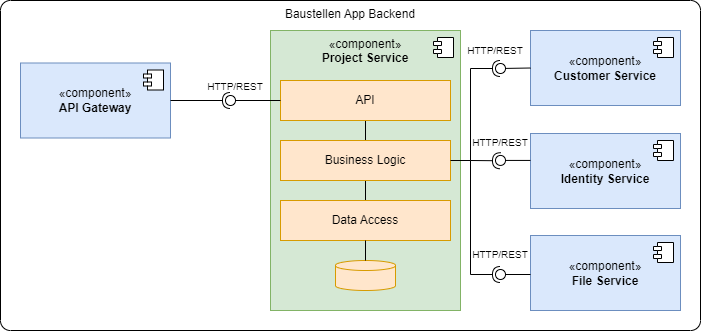
Above: ablage/bausteinsicht-project-service.drawio.png in zuercheram/Master-Thesis (draw.io), before the change. Source tidied: cells renumbered, new cells last; positions are measured from the earlier drawing's top-left corner, leaving out a move shared by most shapes. The source it was exported from:
```xml
<mxGraphModel>
  <root>
    <mxCell id="0" />
    <mxCell id="1" parent="0" />
    <mxCell id="2" value="Baustellen App Backend" style="rounded=1;whiteSpace=wrap;html=1;arcSize=3;fillColor=none;verticalAlign=top;labelPosition=center;verticalLabelPosition=middle;align=center;" parent="1" vertex="1">
      <mxGeometry width="700" height="330" as="geometry" />
    </mxCell>
    <mxCell id="3" value="«component»&lt;br&gt;&lt;b&gt;Project Service&lt;/b&gt;" style="html=1;whiteSpace=wrap;fillColor=#d5e8d4;strokeColor=#82b366;verticalAlign=top;" parent="1" vertex="1">
      <mxGeometry x="270" y="30" width="190" height="280" as="geometry" />
    </mxCell>
    <mxCell id="4" style="shape=module;jettyWidth=8;jettyHeight=4;" parent="3" vertex="1">
      <mxGeometry x="1" width="20" height="20" relative="1" as="geometry">
        <mxPoint x="-27" y="7" as="offset" />
      </mxGeometry>
    </mxCell>
    <mxCell id="5" value="«component»&lt;br&gt;&lt;b&gt;API Gateway&lt;/b&gt;" style="html=1;whiteSpace=wrap;fillColor=#dae8fc;strokeColor=#6c8ebf;" parent="1" vertex="1">
      <mxGeometry x="20" y="62.5" width="150" height="75" as="geometry" />
    </mxCell>
    <mxCell id="6" style="shape=module;jettyWidth=8;jettyHeight=4;" parent="5" vertex="1">
      <mxGeometry x="1" width="20" height="20" relative="1" as="geometry">
        <mxPoint x="-27" y="7" as="offset" />
      </mxGeometry>
    </mxCell>
    <mxCell id="7" style="edgeStyle=orthogonalEdgeStyle;rounded=0;jettySize=auto;html=1;exitX=0.5;exitY=1;exitDx=0;exitDy=0;entryX=0.5;entryY=0;entryDx=0;entryDy=0;endArrow=none;startFill=0;" parent="1" edge="1" source="8" target="10">
      <mxGeometry relative="1" as="geometry" />
    </mxCell>
    <mxCell id="8" value="API" style="rounded=0;whiteSpace=wrap;html=1;fillColor=#ffe6cc;strokeColor=#d79b00;" parent="1" vertex="1">
      <mxGeometry x="280" y="80" width="170" height="40" as="geometry" />
    </mxCell>
    <mxCell id="9" style="edgeStyle=orthogonalEdgeStyle;rounded=0;jettySize=auto;html=1;exitX=0.5;exitY=1;exitDx=0;exitDy=0;entryX=0.5;entryY=0;entryDx=0;entryDy=0;endArrow=none;startFill=0;" parent="1" edge="1" source="10" target="11">
      <mxGeometry relative="1" as="geometry" />
    </mxCell>
    <mxCell id="10" value="Business Logic" style="rounded=0;whiteSpace=wrap;html=1;fillColor=#ffe6cc;strokeColor=#d79b00;" parent="1" vertex="1">
      <mxGeometry x="280" y="140" width="170" height="40" as="geometry" />
    </mxCell>
    <mxCell id="11" value="Data Access" style="rounded=0;whiteSpace=wrap;html=1;fillColor=#ffe6cc;strokeColor=#d79b00;" parent="1" vertex="1">
      <mxGeometry x="280" y="200" width="170" height="40" as="geometry" />
    </mxCell>
    <mxCell id="12" style="strokeWidth=1;html=1;shape=mxgraph.flowchart.database;whiteSpace=wrap;fillColor=#ffe6cc;strokeColor=#d79b00;" parent="1" vertex="1">
      <mxGeometry x="335" y="260" width="60" height="30" as="geometry" />
    </mxCell>
    <mxCell id="13" style="edgeStyle=orthogonalEdgeStyle;rounded=0;jettySize=auto;html=1;exitX=0.5;exitY=1;exitDx=0;exitDy=0;entryX=0.5;entryY=0;entryDx=0;entryDy=0;entryPerimeter=0;endArrow=none;startFill=0;" parent="1" edge="1" source="11" target="12">
      <mxGeometry relative="1" as="geometry" />
    </mxCell>
    <mxCell id="14" style="ellipse;whiteSpace=wrap;html=1;align=center;fillColor=none;strokeColor=none;perimeter=centerPerimeter;" parent="1" vertex="1">
      <mxGeometry x="210" y="100" width="10" height="10" as="geometry" />
    </mxCell>
    <mxCell id="15" style="rounded=0;jettySize=auto;html=1;endArrow=halfCircle;endFill=0;endSize=6;strokeWidth=1;sketch=0;fontSize=12;curved=1;exitX=1;exitY=0.5;exitDx=0;exitDy=0;" parent="1" edge="1" source="5">
      <mxGeometry relative="1" as="geometry">
        <mxPoint x="230" y="100" as="targetPoint" />
      </mxGeometry>
    </mxCell>
    <mxCell id="16" style="rounded=0;jettySize=auto;html=1;endArrow=oval;endFill=0;sketch=0;sourcePerimeterSpacing=0;targetPerimeterSpacing=0;endSize=10;exitX=0;exitY=0.5;exitDx=0;exitDy=0;" parent="1" edge="1" source="8">
      <mxGeometry relative="1" as="geometry">
        <mxPoint x="230" y="100" as="targetPoint" />
      </mxGeometry>
    </mxCell>
    <mxCell id="17" value="HTTP/REST" style="text;html=1;align=center;verticalAlign=middle;whiteSpace=wrap;rounded=0;fontSize=10;" parent="1" vertex="1">
      <mxGeometry x="200" y="80" width="70" height="12.5" as="geometry" />
    </mxCell>
    <mxCell id="18" style="ellipse;whiteSpace=wrap;html=1;align=center;fillColor=none;strokeColor=none;perimeter=centerPerimeter;" parent="1" vertex="1">
      <mxGeometry x="370" y="30" width="10" height="10" as="geometry" />
    </mxCell>
    <mxCell id="19" value="«component»&lt;br&gt;&lt;b&gt;Customer Service&lt;/b&gt;" style="html=1;whiteSpace=wrap;fillColor=#dae8fc;strokeColor=#6c8ebf;flipV=0;" parent="1" vertex="1">
      <mxGeometry x="530" y="30" width="150" height="75" as="geometry" />
    </mxCell>
    <mxCell id="20" style="shape=module;jettyWidth=8;jettyHeight=4;" parent="19" vertex="1">
      <mxGeometry x="1" width="20" height="20" relative="1" as="geometry">
        <mxPoint x="-27" y="7" as="offset" />
      </mxGeometry>
    </mxCell>
    <mxCell id="21" value="«component»&lt;br&gt;&lt;b&gt;Identity Service&lt;/b&gt;" style="html=1;whiteSpace=wrap;fillColor=#dae8fc;strokeColor=#6c8ebf;flipV=0;" parent="1" vertex="1">
      <mxGeometry x="530" y="133" width="150" height="75" as="geometry" />
    </mxCell>
    <mxCell id="22" style="shape=module;jettyWidth=8;jettyHeight=4;" parent="21" vertex="1">
      <mxGeometry x="1" width="20" height="20" relative="1" as="geometry">
        <mxPoint x="-27" y="7" as="offset" />
      </mxGeometry>
    </mxCell>
    <mxCell id="23" value="«component»&lt;br&gt;&lt;b&gt;File Service&lt;/b&gt;" style="html=1;whiteSpace=wrap;fillColor=#dae8fc;strokeColor=#6c8ebf;flipV=0;" parent="1" vertex="1">
      <mxGeometry x="530" y="235" width="150" height="75" as="geometry" />
    </mxCell>
    <mxCell id="24" style="shape=module;jettyWidth=8;jettyHeight=4;" parent="23" vertex="1">
      <mxGeometry x="1" width="20" height="20" relative="1" as="geometry">
        <mxPoint x="-27" y="7" as="offset" />
      </mxGeometry>
    </mxCell>
    <mxCell id="25" style="rounded=0;jettySize=auto;html=1;endArrow=oval;endFill=0;sketch=0;sourcePerimeterSpacing=0;targetPerimeterSpacing=0;endSize=10;exitX=0;exitY=0.5;exitDx=0;exitDy=0;" parent="1" edge="1" source="19">
      <mxGeometry relative="1" as="geometry">
        <mxPoint x="500" y="68" as="targetPoint" />
      </mxGeometry>
    </mxCell>
    <mxCell id="26" style="rounded=0;orthogonalLoop=1;jettySize=auto;html=1;endArrow=oval;endFill=0;sketch=0;sourcePerimeterSpacing=0;targetPerimeterSpacing=0;endSize=10;exitX=0;exitY=0.5;exitDx=0;exitDy=0;" parent="1" edge="1">
      <mxGeometry relative="1" as="geometry">
        <mxPoint x="530" y="159.9" as="sourcePoint" />
        <mxPoint x="500" y="159.9" as="targetPoint" />
      </mxGeometry>
    </mxCell>
    <mxCell id="27" style="rounded=0;orthogonalLoop=1;jettySize=auto;html=1;endArrow=oval;endFill=0;sketch=0;sourcePerimeterSpacing=0;targetPerimeterSpacing=0;endSize=10;exitX=0;exitY=0.5;exitDx=0;exitDy=0;" parent="1" edge="1">
      <mxGeometry relative="1" as="geometry">
        <mxPoint x="530" y="274" as="sourcePoint" />
        <mxPoint x="500" y="274" as="targetPoint" />
      </mxGeometry>
    </mxCell>
    <mxCell id="28" style="rounded=0;jettySize=auto;html=1;endArrow=halfCircle;endFill=0;endSize=6;strokeWidth=1;sketch=0;fontSize=12;exitX=1;exitY=0.5;exitDx=0;exitDy=0;edgeStyle=orthogonalEdgeStyle;" parent="1" edge="1" source="10">
      <mxGeometry relative="1" as="geometry">
        <mxPoint x="500" y="274" as="targetPoint" />
        <Array as="points">
          <mxPoint x="470" y="160" />
          <mxPoint x="470" y="274" />
        </Array>
      </mxGeometry>
    </mxCell>
    <mxCell id="29" style="rounded=0;orthogonalLoop=1;jettySize=auto;html=1;endArrow=halfCircle;endFill=0;endSize=6;strokeWidth=1;sketch=0;fontSize=12;curved=1;" parent="1" edge="1">
      <mxGeometry relative="1" as="geometry">
        <mxPoint x="470" y="160" as="sourcePoint" />
        <mxPoint x="500" y="160.3" as="targetPoint" />
      </mxGeometry>
    </mxCell>
    <mxCell id="30" style="rounded=0;orthogonalLoop=1;jettySize=auto;html=1;endArrow=halfCircle;endFill=0;endSize=6;strokeWidth=1;sketch=0;fontSize=12;edgeStyle=orthogonalEdgeStyle;" parent="1" edge="1">
      <mxGeometry relative="1" as="geometry">
        <mxPoint x="470" y="160" as="sourcePoint" />
        <mxPoint x="500" y="68" as="targetPoint" />
        <Array as="points">
          <mxPoint x="470" y="68" />
        </Array>
      </mxGeometry>
    </mxCell>
    <mxCell id="31" value="HTTP/REST" style="text;html=1;align=center;verticalAlign=middle;whiteSpace=wrap;rounded=0;fontSize=10;" parent="1" vertex="1">
      <mxGeometry x="460" y="44" width="70" height="12.5" as="geometry" />
    </mxCell>
    <mxCell id="32" value="HTTP/REST" style="text;html=1;align=center;verticalAlign=middle;whiteSpace=wrap;rounded=0;fontSize=10;" parent="1" vertex="1">
      <mxGeometry x="465" y="136" width="70" height="12.5" as="geometry" />
    </mxCell>
    <mxCell id="33" value="HTTP/REST" style="text;html=1;align=center;verticalAlign=middle;whiteSpace=wrap;rounded=0;fontSize=10;" parent="1" vertex="1">
      <mxGeometry x="465" y="247.5" width="70" height="12.5" as="geometry" />
    </mxCell>
  </root>
</mxGraphModel>
```
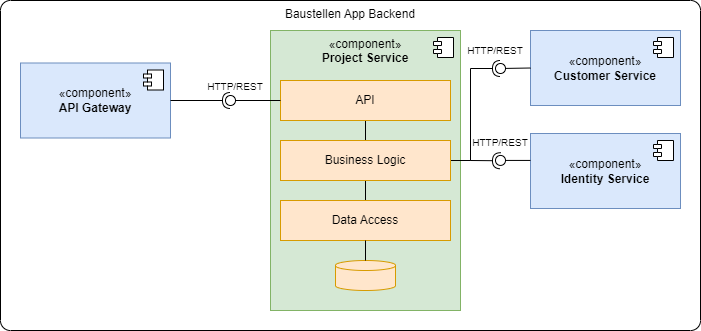
After the change.

The edit, as a diff of the source:
```diff
@@ -30,6 +30,9 @@
     <mxCell id="9" style="edgeStyle=orthogonalEdgeStyle;rounded=0;jettySize=auto;html=1;exitX=0.5;exitY=1;exitDx=0;exitDy=0;entryX=0.5;entryY=0;entryDx=0;entryDy=0;endArrow=none;startFill=0;" parent="1" edge="1" source="10" target="11">
       <mxGeometry relative="1" as="geometry" />
     </mxCell>
+    <mxCell id="34" style="edgeStyle=orthogonalEdgeStyle;rounded=0;jettySize=auto;html=1;exitX=1;exitY=0.5;exitDx=0;exitDy=0;endArrow=none;startFill=0;" parent="1" edge="1" source="10" target="32">
+      <mxGeometry relative="1" as="geometry" />
+    </mxCell>
     <mxCell id="10" value="Business Logic" style="rounded=0;whiteSpace=wrap;html=1;fillColor=#ffe6cc;strokeColor=#d79b00;" parent="1" vertex="1">
       <mxGeometry x="280" y="140" width="170" height="40" as="geometry" />
     </mxCell>
@@ -77,14 +80,6 @@
         <mxPoint x="-27" y="7" as="offset" />
       </mxGeometry>
     </mxCell>
-    <mxCell id="23" value="«component»&lt;br&gt;&lt;b&gt;File Service&lt;/b&gt;" style="html=1;whiteSpace=wrap;fillColor=#dae8fc;strokeColor=#6c8ebf;flipV=0;" parent="1" vertex="1">
-      <mxGeometry x="530" y="235" width="150" height="75" as="geometry" />
-    </mxCell>
-    <mxCell id="24" style="shape=module;jettyWidth=8;jettyHeight=4;" parent="23" vertex="1">
-      <mxGeometry x="1" width="20" height="20" relative="1" as="geometry">
-        <mxPoint x="-27" y="7" as="offset" />
-      </mxGeometry>
-    </mxCell>
     <mxCell id="25" style="rounded=0;jettySize=auto;html=1;endArrow=oval;endFill=0;sketch=0;sourcePerimeterSpacing=0;targetPerimeterSpacing=0;endSize=10;exitX=0;exitY=0.5;exitDx=0;exitDy=0;" parent="1" edge="1" source="19">
       <mxGeometry relative="1" as="geometry">
         <mxPoint x="500" y="68" as="targetPoint" />
@@ -96,21 +91,6 @@
         <mxPoint x="500" y="159.9" as="targetPoint" />
       </mxGeometry>
     </mxCell>
-    <mxCell id="27" style="rounded=0;orthogonalLoop=1;jettySize=auto;html=1;endArrow=oval;endFill=0;sketch=0;sourcePerimeterSpacing=0;targetPerimeterSpacing=0;endSize=10;exitX=0;exitY=0.5;exitDx=0;exitDy=0;" parent="1" edge="1">
-      <mxGeometry relative="1" as="geometry">
-        <mxPoint x="530" y="274" as="sourcePoint" />
-        <mxPoint x="500" y="274" as="targetPoint" />
-      </mxGeometry>
-    </mxCell>
-    <mxCell id="28" style="rounded=0;jettySize=auto;html=1;endArrow=halfCircle;endFill=0;endSize=6;strokeWidth=1;sketch=0;fontSize=12;exitX=1;exitY=0.5;exitDx=0;exitDy=0;edgeStyle=orthogonalEdgeStyle;" parent="1" edge="1" source="10">
-      <mxGeometry relative="1" as="geometry">
-        <mxPoint x="500" y="274" as="targetPoint" />
-        <Array as="points">
-          <mxPoint x="470" y="160" />
-          <mxPoint x="470" y="274" />
-        </Array>
-      </mxGeometry>
-    </mxCell>
     <mxCell id="29" style="rounded=0;orthogonalLoop=1;jettySize=auto;html=1;endArrow=halfCircle;endFill=0;endSize=6;strokeWidth=1;sketch=0;fontSize=12;curved=1;" parent="1" edge="1">
       <mxGeometry relative="1" as="geometry">
         <mxPoint x="470" y="160" as="sourcePoint" />
@@ -132,8 +112,5 @@
     <mxCell id="32" value="HTTP/REST" style="text;html=1;align=center;verticalAlign=middle;whiteSpace=wrap;rounded=0;fontSize=10;" parent="1" vertex="1">
       <mxGeometry x="465" y="136" width="70" height="12.5" as="geometry" />
     </mxCell>
-    <mxCell id="33" value="HTTP/REST" style="text;html=1;align=center;verticalAlign=middle;whiteSpace=wrap;rounded=0;fontSize=10;" parent="1" vertex="1">
-      <mxGeometry x="465" y="247.5" width="70" height="12.5" as="geometry" />
-    </mxCell>
   </root>
 </mxGraphModel>
```
